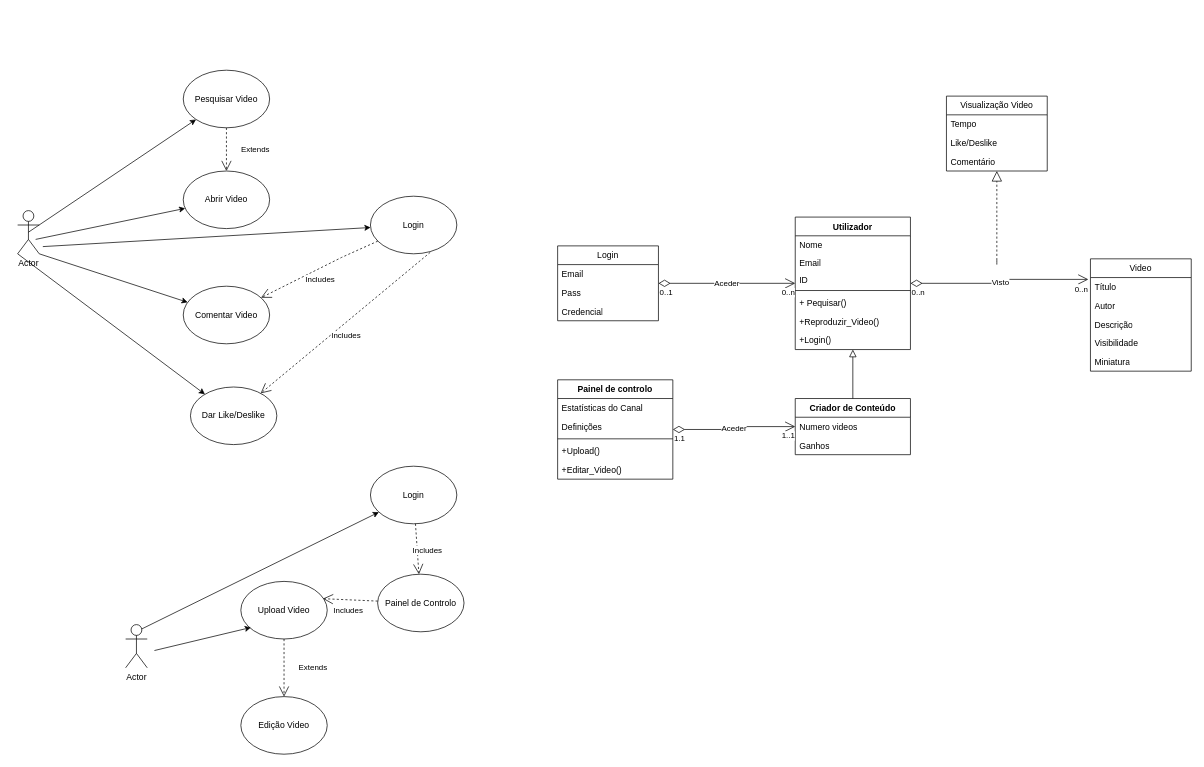
Above: page "Página-1" (1 of 2) of UML/Trabalho_Grupo.drawio in SrKossatz/CESAE_Softdev_PRT_1023 (draw.io), before the change. Source tidied: cells renumbered, new cells numbered last; positions are measured from the earlier drawing's top-left corner, leaving out a move shared by most shapes. Both pictures are drawn from the tidied source at 72%, with x=0, y=0 at pixel (17, 70).
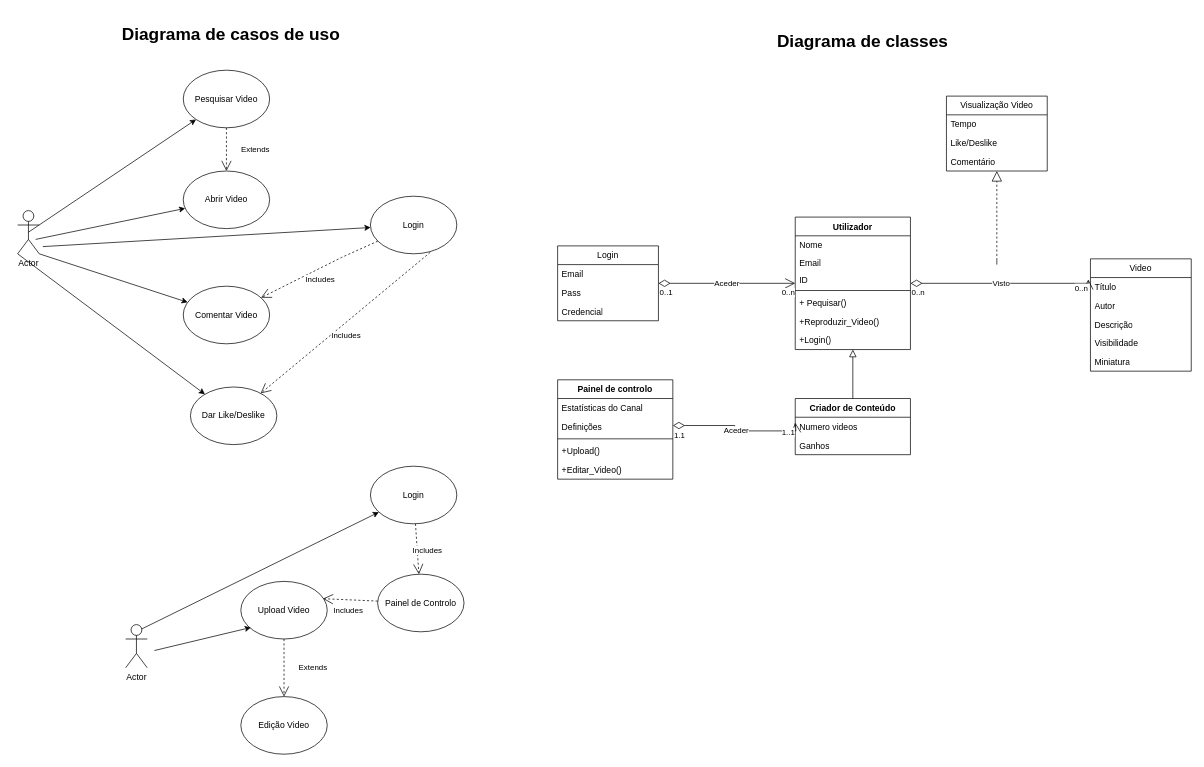
The same page after the edit.

Unchanged cells that the change refers to:
```xml
<mxCell id="27" value="Utilizador" style="swimlane;fontStyle=1;align=center;verticalAlign=top;horizontal=1;startSize=26;whiteSpace=wrap;html=1;" parent="1" vertex="1">
  <mxGeometry x="1080" y="204" width="160" height="184" as="geometry" />
</mxCell>
<mxCell id="35" value="Criador de Conteúdo" style="swimlane;fontStyle=1;align=center;verticalAlign=top;horizontal=1;startSize=26;whiteSpace=wrap;html=1;" parent="1" vertex="1">
  <mxGeometry x="1080" y="456" width="160" height="78" as="geometry" />
</mxCell>
<mxCell id="38" value="Video" style="swimlane;fontStyle=0;horizontal=1;startSize=26;fillColor=none;whiteSpace=wrap;html=1;" parent="1" vertex="1">
  <mxGeometry x="1490" y="262" width="140" height="156" as="geometry" />
</mxCell>
<mxCell id="60" value="Painel de controlo" style="swimlane;fontStyle=1;align=center;verticalAlign=top;horizontal=1;startSize=26;whiteSpace=wrap;html=1;" parent="1" vertex="1">
  <mxGeometry x="750" y="430" width="160" height="138" as="geometry" />
</mxCell>
```

Change to the diagram source:
```diff
@@
     <mxCell id="48" value="Visto" style="endArrow=open;html=1;endSize=12;startArrow=diamondThin;startSize=14;startFill=0;edgeStyle=orthogonalEdgeStyle;rounded=0;entryX=-0.021;entryY=0.183;entryDx=0;entryDy=0;entryPerimeter=0;" parent="1" edge="1" source="27" target="38">
-      <mxGeometry relative="1" as="geometry" />
+      <mxGeometry relative="1" as="geometry">
+        <Array as="points">
+          <mxPoint x="1487" y="296" />
+        </Array>
+      </mxGeometry>
     </mxCell>
@@
-    <mxCell id="66" value="Aceder" style="endArrow=open;html=1;endSize=12;startArrow=diamondThin;startSize=14;startFill=0;edgeStyle=orthogonalEdgeStyle;rounded=0;" parent="1" edge="1" source="60" target="35">
-      <mxGeometry relative="1" as="geometry" />
+    <mxCell id="66" value="Aceder" style="endArrow=open;html=1;endSize=12;startArrow=diamondThin;startSize=14;startFill=0;edgeStyle=orthogonalEdgeStyle;rounded=0;" parent="1" edge="1">
+      <mxGeometry relative="1" as="geometry">
+        <mxPoint x="910" y="493.5" as="sourcePoint" />
+        <mxPoint x="1080" y="489.5" as="targetPoint" />
+        <Array as="points">
+          <mxPoint x="996" y="494" />
+          <mxPoint x="996" y="501" />
+          <mxPoint x="1081" y="501" />
+          <mxPoint x="1081" y="490" />
+        </Array>
+      </mxGeometry>
     </mxCell>
@@
+    <mxCell id="69" value="&lt;h1&gt;&lt;font style=&quot;font-size: 24px;&quot;&gt;Diagrama de casos de uso&lt;/font&gt;&lt;/h1&gt;&lt;p&gt;&lt;br&gt;&lt;/p&gt;" style="text;html=1;strokeColor=none;fillColor=none;spacing=5;spacingTop=-20;whiteSpace=wrap;overflow=hidden;rounded=0;" parent="1" vertex="1">
+      <mxGeometry x="140" y="-70" width="350" height="50" as="geometry" />
+    </mxCell>
+    <mxCell id="70" value="&lt;h1&gt;&lt;font style=&quot;font-size: 24px;&quot;&gt;Diagrama de classes&lt;/font&gt;&lt;/h1&gt;&lt;p&gt;&lt;br&gt;&lt;/p&gt;" style="text;html=1;strokeColor=none;fillColor=none;spacing=5;spacingTop=-20;whiteSpace=wrap;overflow=hidden;rounded=0;" parent="1" vertex="1">
+      <mxGeometry x="1050" y="-60" width="420" height="50" as="geometry" />
+    </mxCell>
```
